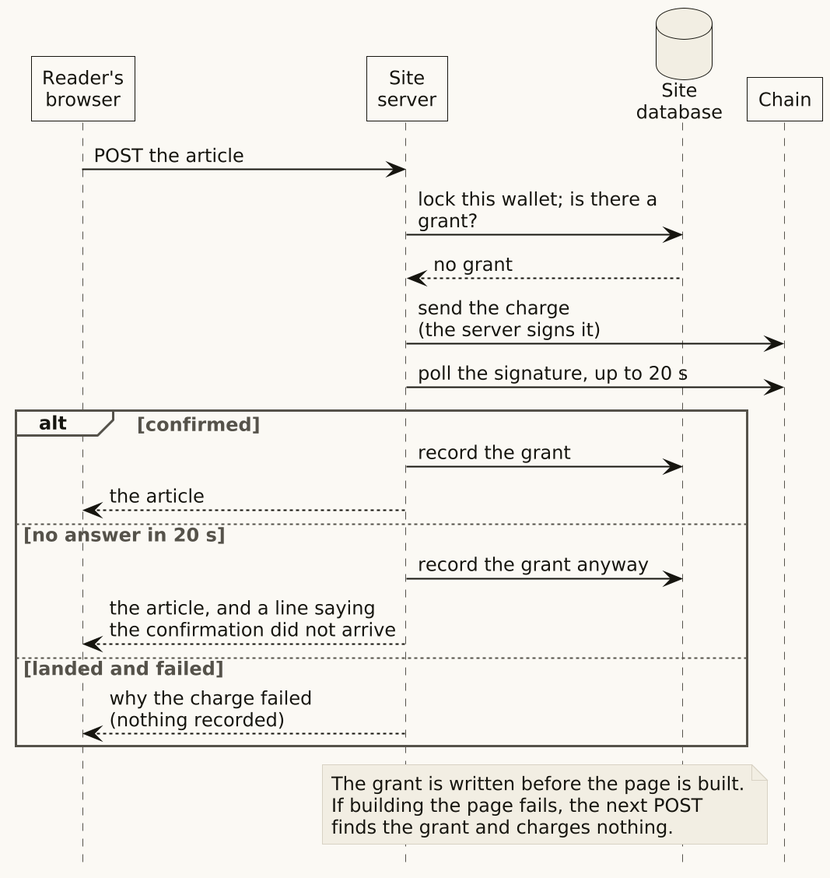
wbreeze/sol-pay-demonstrator keeps this PlantUML diagram as public/assets/img/two-orderings-charge-light.png. Above is the earlier version.
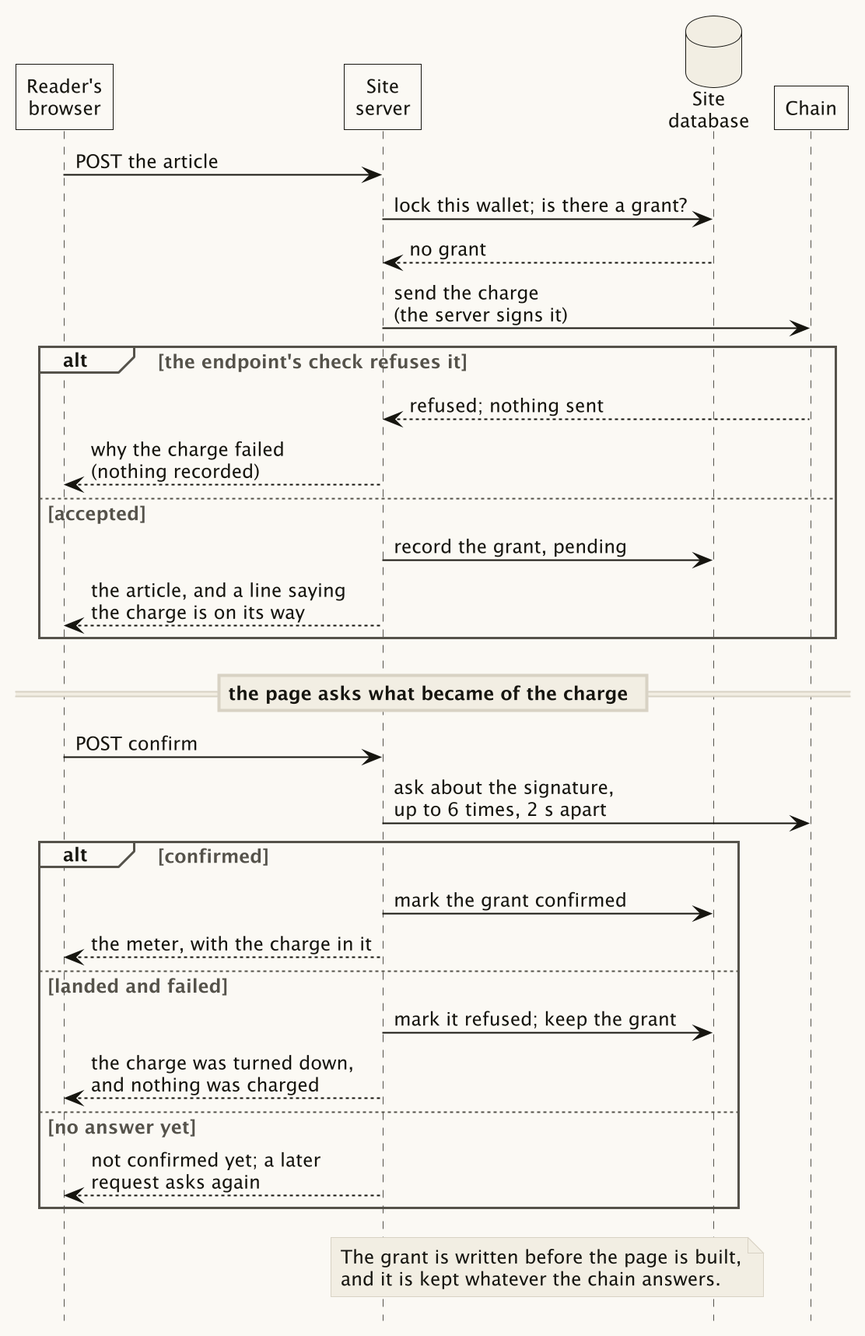
Later version of the same file.

What changed in the source:
```diff
@@ -7,21 +7,32 @@
 S -> D : lock this wallet; is there a grant?
 D --> S : no grant
 S -> C : send the charge\n(the server signs it)
-S -> C : poll the signature, up to 20 s
+
+alt the endpoint's check refuses it
+  C --> S : refused; nothing sent
+  S --> B : why the charge failed\n(nothing recorded)
+else accepted
+  S -> D : record the grant, pending
+  S --> B : the article, and a line saying\nthe charge is on its way
+end
+
+== the page asks what became of the charge ==
+
+B -> S : POST confirm
+S -> C : ask about the signature,\nup to 6 times, 2 s apart
 
 alt confirmed
-  S -> D : record the grant
-  S --> B : the article
-else no answer in 20 s
-  S -> D : record the grant anyway
-  S --> B : the article, and a line saying\nthe confirmation did not arrive
+  S -> D : mark the grant confirmed
+  S --> B : the meter, with the charge in it
 else landed and failed
-  S --> B : why the charge failed\n(nothing recorded)
+  S -> D : mark it refused; keep the grant
+  S --> B : the charge was turned down,\nand nothing was charged
+else no answer yet
+  S --> B : not confirmed yet; a later\nrequest asks again
 end
 
 note over S, D
-  The grant is written before the page is built.
-  If building the page fails, the next POST
-  finds the grant and charges nothing.
+  The grant is written before the page is built,
+  and it is kept whatever the chain answers.
 end note
 @enduml
```
